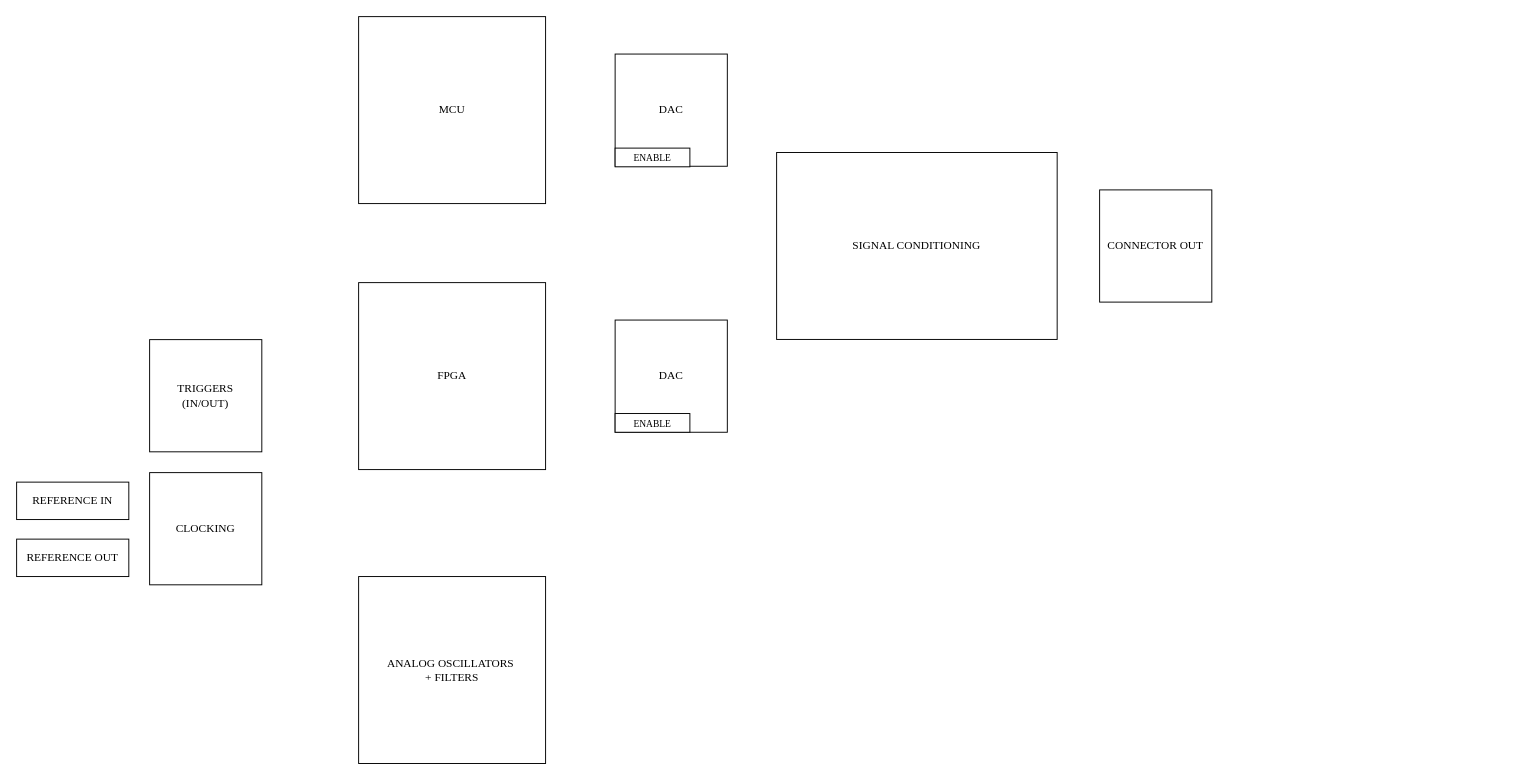
Earlier version of the draw.io diagram page "System" (1 of 2) of 1_hw/01_block_diagram/arb.drawio (brzyzek/arb). Source tidied: cells renumbered, new cells numbered last; positions are measured from the earlier drawing's top-left corner, leaving out a move shared by most shapes. Both pictures are drawn from the tidied source at 95%, with x=0, y=0 at pixel (16, 16).
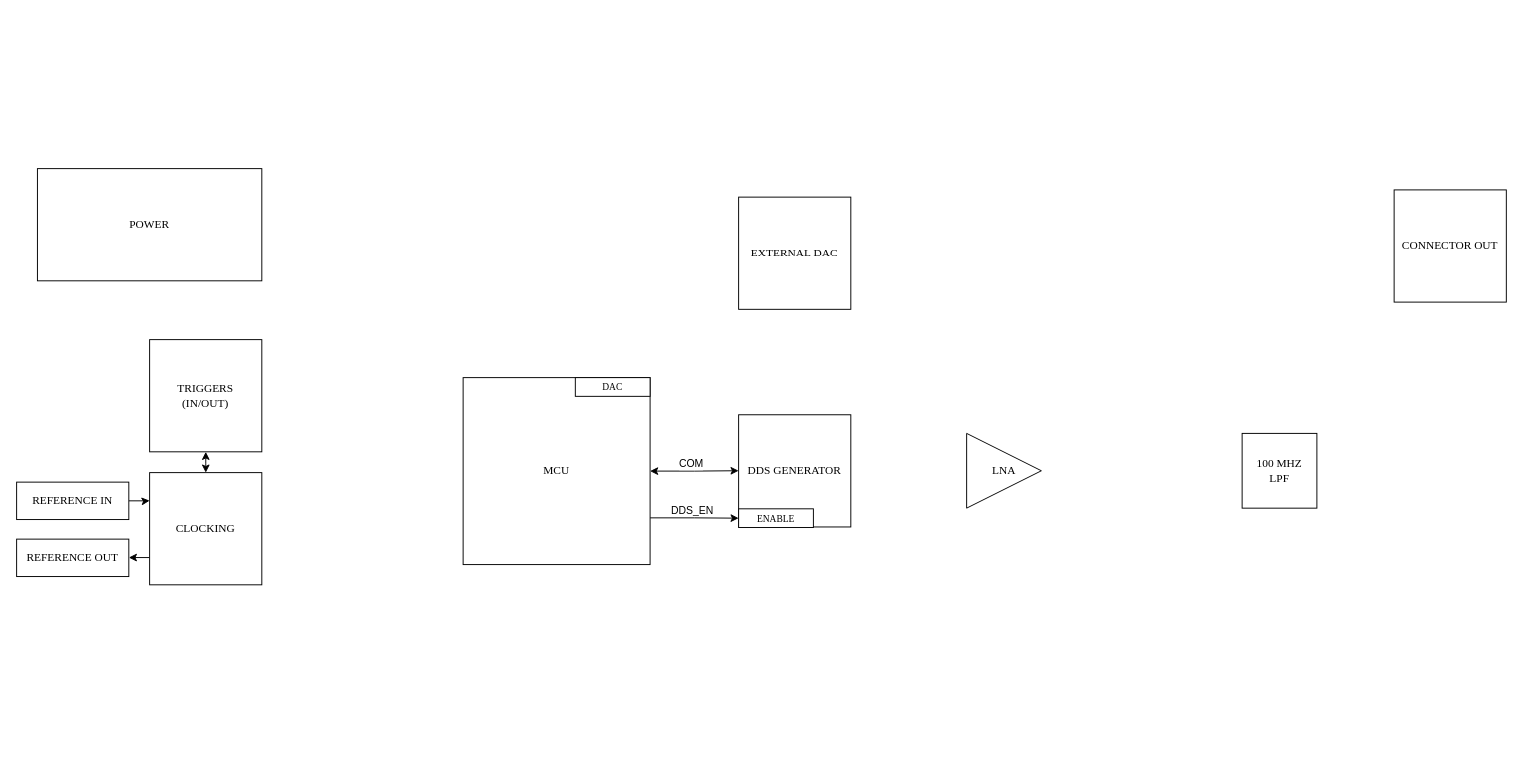
After the change.

Commit message (it also covers changes not shown here):
FEAT: Modified Block Diagram. Simplified to a DDS Design.

The change refers to these unchanged cells:
```xml
<mxCell id="4" value="TRIGGERS&lt;div&gt;(IN/OUT)&lt;/div&gt;" style="rounded=0;whiteSpace=wrap;html=1;fontFamily=Times New Roman;glass=0;shadow=0;" parent="1" vertex="1">
  <mxGeometry x="140" y="340" width="118.1" height="118.1" as="geometry" />
</mxCell>
<mxCell id="5" value="REFERENCE IN" style="rounded=0;whiteSpace=wrap;html=1;fontFamily=Times New Roman;glass=0;shadow=0;" parent="1" vertex="1">
  <mxGeometry y="490" width="118.1" height="39.4" as="geometry" />
</mxCell>
<mxCell id="6" value="REFERENCE OUT" style="rounded=0;whiteSpace=wrap;html=1;fontFamily=Times New Roman;glass=0;shadow=0;" parent="1" vertex="1">
  <mxGeometry y="550" width="118.1" height="39.4" as="geometry" />
</mxCell>
<mxCell id="7" value="CLOCKING" style="rounded=0;whiteSpace=wrap;html=1;fontFamily=Times New Roman;glass=0;shadow=0;" parent="1" vertex="1">
  <mxGeometry x="140" y="480" width="118.1" height="118.1" as="geometry" />
</mxCell>
<mxCell id="13" value="ENABLE" style="rounded=0;whiteSpace=wrap;html=1;fontFamily=Times New Roman;glass=0;shadow=0;fontSize=10;" parent="12" vertex="1">
  <mxGeometry y="98.4" width="78.7" height="19.7" as="geometry" />
</mxCell>
```

What changed in the source:
```diff
@@
-    <mxCell id="2" value="MCU" style="rounded=0;whiteSpace=wrap;html=1;fontFamily=Times New Roman;glass=0;shadow=0;" parent="1" vertex="1">
-      <mxGeometry x="360" width="196.8" height="196.8" as="geometry" />
-    </mxCell>
-    <mxCell id="3" value="FPGA" style="rounded=0;whiteSpace=wrap;html=1;fontFamily=Times New Roman;glass=0;shadow=0;" parent="1" vertex="1">
-      <mxGeometry x="360" y="280" width="196.8" height="196.8" as="geometry" />
-    </mxCell>
+    <mxCell id="17" style="edgeStyle=orthogonalEdgeStyle;rounded=0;jettySize=auto;html=1;startArrow=classic;startFill=1;" parent="1" edge="1" source="2">
+      <mxGeometry relative="1" as="geometry">
+        <mxPoint x="760" y="478" as="targetPoint" />
+      </mxGeometry>
+    </mxCell>
+    <mxCell id="18" value="COM" style="edgeLabel;html=1;align=center;verticalAlign=middle;" parent="17" vertex="1">
+      <mxGeometry x="0.24" relative="1" as="geometry">
+        <mxPoint x="-15" y="-8" as="offset" />
+      </mxGeometry>
+    </mxCell>
+    <mxCell id="19" style="edgeStyle=orthogonalEdgeStyle;rounded=0;jettySize=auto;html=1;startArrow=classic;startFill=1;" parent="1" edge="1" source="4" target="7">
+      <mxGeometry relative="1" as="geometry">
+        <Array as="points">
+          <mxPoint x="199" y="470" />
+          <mxPoint x="199" y="470" />
+        </Array>
+      </mxGeometry>
+    </mxCell>
@@
+    <mxCell id="20" style="edgeStyle=orthogonalEdgeStyle;rounded=0;jettySize=auto;html=1;entryX=0;entryY=0.25;entryDx=0;entryDy=0;" parent="1" edge="1" source="5" target="7">
+      <mxGeometry relative="1" as="geometry" />
+    </mxCell>
@@
+    <mxCell id="21" style="edgeStyle=orthogonalEdgeStyle;rounded=0;jettySize=auto;html=1;exitX=0;exitY=0.75;exitDx=0;exitDy=0;entryX=1;entryY=0.5;entryDx=0;entryDy=0;" parent="1" edge="1" target="6">
+      <mxGeometry relative="1" as="geometry">
+        <mxPoint x="140" y="569.4" as="sourcePoint" />
+      </mxGeometry>
+    </mxCell>
@@
-    <mxCell id="8" value="DAC" style="rounded=0;whiteSpace=wrap;html=1;fontFamily=Times New Roman;glass=0;shadow=0;" parent="1" vertex="1">
-      <mxGeometry x="630" y="39.4" width="118.1" height="118.1" as="geometry" />
+    <mxCell id="8" value="DDS GENERATOR" style="rounded=0;whiteSpace=wrap;html=1;fontFamily=Times New Roman;glass=0;shadow=0;" parent="1" vertex="1">
+      <mxGeometry x="760" y="419.1" width="118.1" height="118.1" as="geometry" />
     </mxCell>
-    <mxCell id="9" style="group;" parent="1" vertex="1">
-      <mxGeometry x="630" y="319.4" width="118.1" height="118.1" as="geometry" />
-    </mxCell>
-    <mxCell id="10" value="DAC" style="rounded=0;whiteSpace=wrap;html=1;fontFamily=Times New Roman;glass=0;shadow=0;" parent="9" vertex="1">
-      <mxGeometry width="118.1" height="118.1" as="geometry" />
-    </mxCell>
-    <mxCell id="11" value="ENABLE" style="rounded=0;whiteSpace=wrap;html=1;fontFamily=Times New Roman;glass=0;shadow=0;fontSize=10;" parent="9" vertex="1">
-      <mxGeometry y="98.4" width="78.7" height="19.7" as="geometry" />
-    </mxCell>
     <mxCell id="12" style="group;" parent="1" vertex="1">
-      <mxGeometry x="630" y="40" width="118.1" height="118.1" as="geometry" />
+      <mxGeometry x="760" y="419.7" width="118.1" height="118.1" as="geometry" />
     </mxCell>
@@
-    <mxCell id="14" value="SIGNAL CONDITIONING" style="rounded=0;whiteSpace=wrap;html=1;fontFamily=Times New Roman;glass=0;shadow=0;" parent="1" vertex="1">
-      <mxGeometry x="800" y="143" width="295.3" height="196.8" as="geometry" />
-    </mxCell>
     <mxCell id="15" value="CONNECTOR OUT" style="rounded=0;whiteSpace=wrap;html=1;fontFamily=Times New Roman;glass=0;shadow=0;" parent="1" vertex="1">
-      <mxGeometry x="1140" y="182.4" width="118.1" height="118.1" as="geometry" />
+      <mxGeometry x="1450" y="182.4" width="118.1" height="118.1" as="geometry" />
     </mxCell>
-    <mxCell id="16" value="ANALOG OSCILLATORS&amp;nbsp;&lt;div&gt;+ FILTERS&lt;/div&gt;" style="rounded=0;whiteSpace=wrap;html=1;fontFamily=Times New Roman;glass=0;shadow=0;" parent="1" vertex="1">
-      <mxGeometry x="360" y="589.4" width="196.8" height="196.8" as="geometry" />
-    </mxCell>
+    <mxCell id="22" style="edgeStyle=orthogonalEdgeStyle;rounded=0;jettySize=auto;html=1;exitX=1;exitY=0.75;exitDx=0;exitDy=0;entryX=0;entryY=0.5;entryDx=0;entryDy=0;" parent="1" edge="1" source="2" target="13">
+      <mxGeometry relative="1" as="geometry" />
+    </mxCell>
+    <mxCell id="23" value="DDS_EN" style="edgeLabel;html=1;align=center;verticalAlign=middle;" parent="22" vertex="1">
+      <mxGeometry x="0.11" y="-2" relative="1" as="geometry">
+        <mxPoint x="-8" y="-10" as="offset" />
+      </mxGeometry>
+    </mxCell>
+    <mxCell id="24" value="POWER" style="rounded=0;whiteSpace=wrap;html=1;fontFamily=Times New Roman;glass=0;shadow=0;" parent="1" vertex="1">
+      <mxGeometry x="21.9" y="160" width="236.2" height="118.1" as="geometry" />
+    </mxCell>
+    <mxCell id="25" style="group;" parent="1" vertex="1">
+      <mxGeometry x="470" y="380" width="196.8" height="196.9" as="geometry" />
+    </mxCell>
+    <mxCell id="2" value="MCU" style="rounded=0;whiteSpace=wrap;html=1;fontFamily=Times New Roman;glass=0;shadow=0;" parent="25" vertex="1">
+      <mxGeometry width="196.8" height="196.8" as="geometry" />
+    </mxCell>
+    <mxCell id="10" value="DAC" style="rounded=0;whiteSpace=wrap;html=1;fontFamily=Times New Roman;glass=0;shadow=0;fontSize=10;" parent="25" vertex="1">
+      <mxGeometry x="118.1" width="78.7" height="19.7" as="geometry" />
+    </mxCell>
+    <mxCell id="26" value="EXTERNAL DAC" style="rounded=0;whiteSpace=wrap;html=1;fontFamily=Times New Roman;glass=0;shadow=0;" parent="1" vertex="1">
+      <mxGeometry x="760" y="190" width="118.1" height="118.1" as="geometry" />
+    </mxCell>
+    <mxCell id="27" value="LNA" style="triangle;whiteSpace=wrap;html=1;fontFamily=Times New Roman;align=center;" parent="1" vertex="1">
+      <mxGeometry x="1000" y="438.7" width="78.7" height="78.7" as="geometry" />
+    </mxCell>
+    <mxCell id="28" value="100 MHZ&lt;div&gt;LPF&lt;/div&gt;" style="rounded=0;whiteSpace=wrap;html=1;fontFamily=Times New Roman;glass=0;shadow=0;" parent="1" vertex="1">
+      <mxGeometry x="1290" y="438.7" width="78.7" height="78.7" as="geometry" />
+    </mxCell>
```
